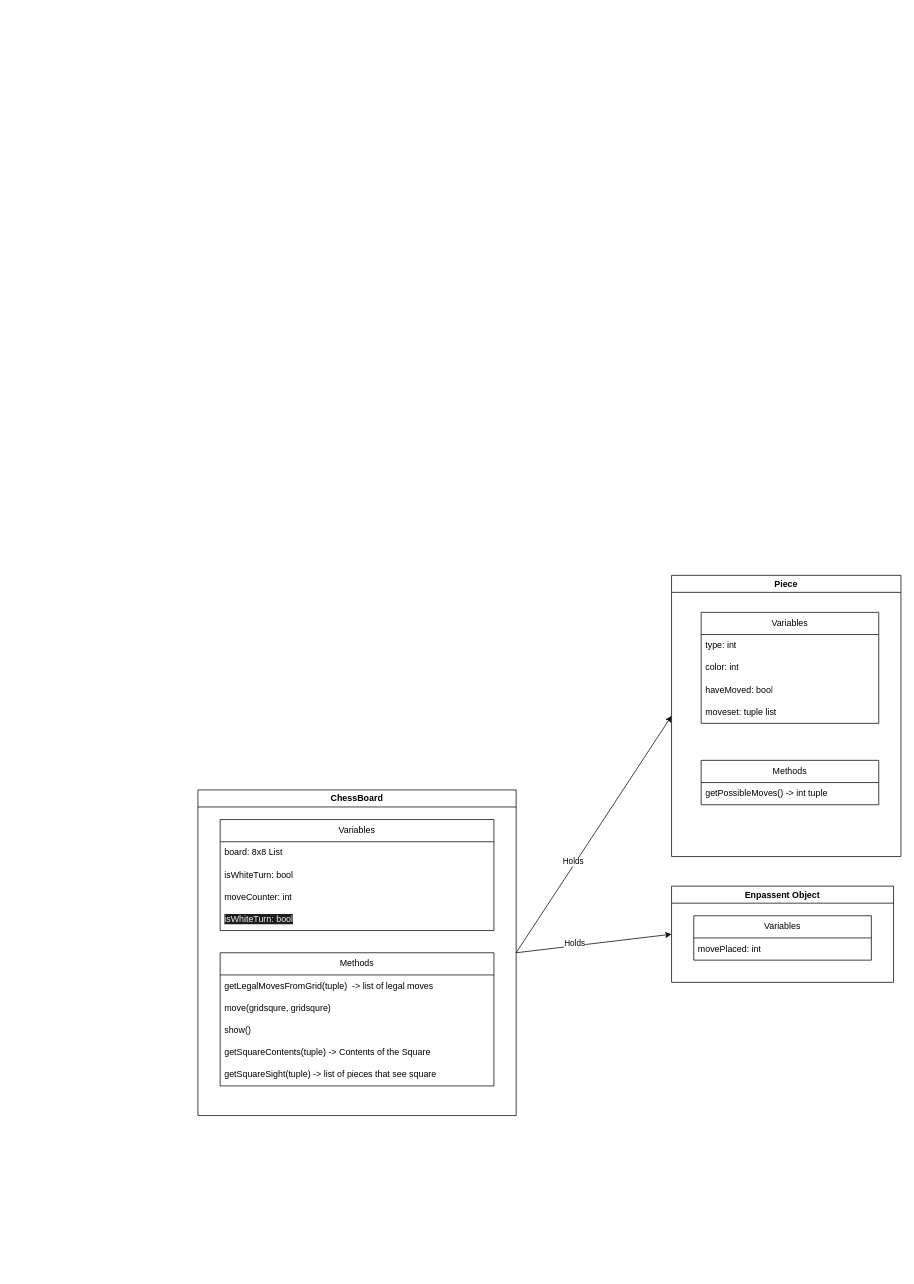
Earlier version of the draw.io diagram UML plans/ChessGame.drawio (KirilBourakov/PestoFish2). Source tidied: cells renumbered, new cells numbered last; positions are measured from the earlier drawing's top-left corner, leaving out a move shared by most shapes. Both pictures are drawn from the tidied source at 74%, with x=0, y=0 at pixel (198, 575).
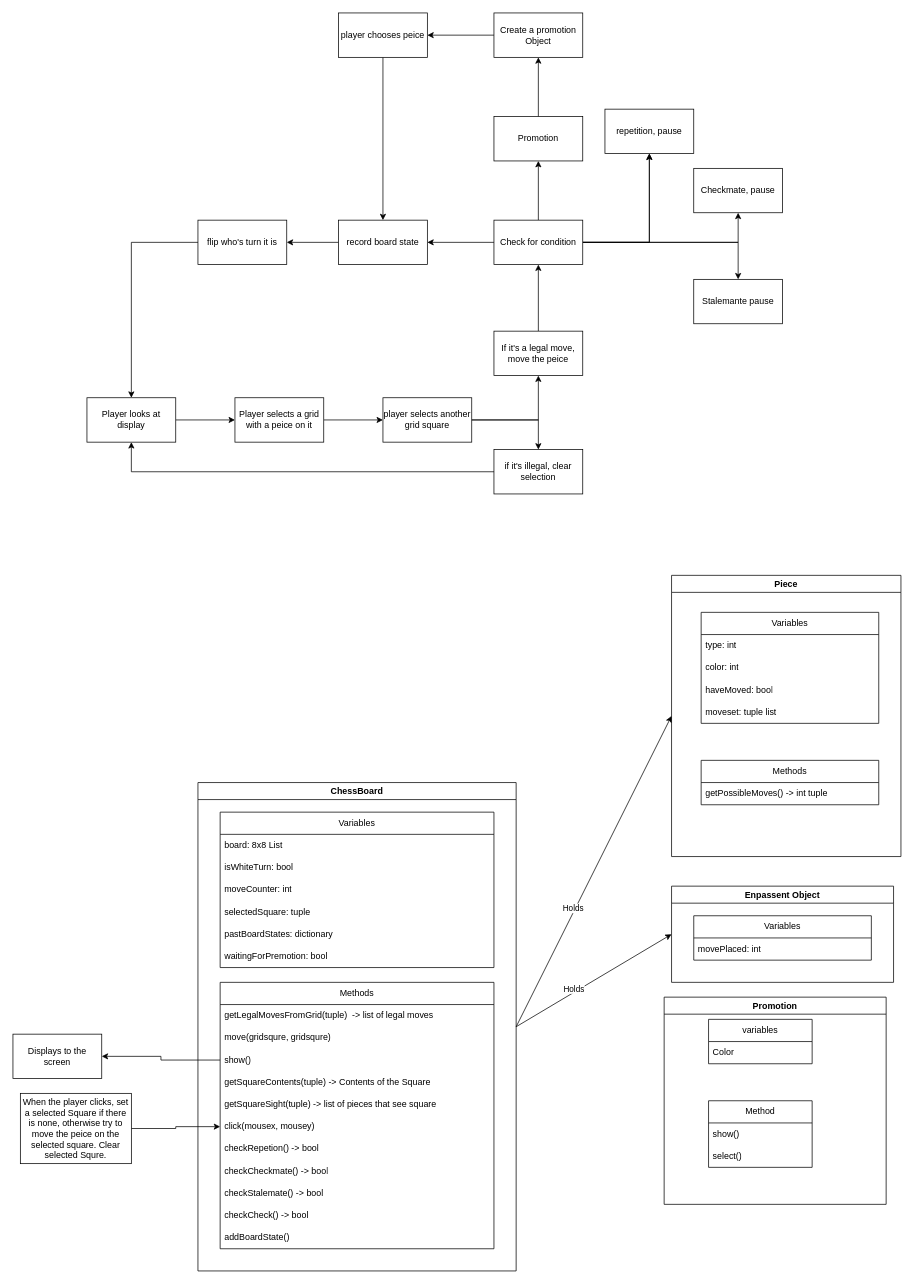
Above is the later version.

Commit message (it also covers changes not shown here):
updated chess board plans

Unchanged cells that the change refers to:
```xml
<mxCell id="11" value="show()" style="text;strokeColor=none;fillColor=none;align=left;verticalAlign=middle;spacingLeft=4;spacingRight=4;overflow=hidden;points=[[0,0.5],[1,0.5]];portConstraint=eastwest;whiteSpace=wrap;html=1;" parent="8" vertex="1">
  <mxGeometry y="90" width="370" height="30" as="geometry" />
</mxCell>
```

What changed in the source:
```diff
@@
     <mxCell id="2" value="ChessBoard" style="swimlane;whiteSpace=wrap;html=1;" parent="1" vertex="1">
-      <mxGeometry y="290" width="430" height="440" as="geometry" />
+      <mxGeometry y="280" width="430" height="660" as="geometry" />
     </mxCell>
     <mxCell id="3" value="Variables" style="swimlane;fontStyle=0;horizontal=1;startSize=30;whiteSpace=wrap;html=1;" parent="2" vertex="1">
-      <mxGeometry x="30" y="40" width="370" height="150" as="geometry" />
+      <mxGeometry x="30" y="40" width="370" height="210" as="geometry" />
     </mxCell>
@@
-    <mxCell id="7" value="&lt;span style=&quot;color: rgb(240, 240, 240); font-family: Helvetica; font-size: 12px; font-style: normal; font-variant-ligatures: normal; font-variant-caps: normal; font-weight: 400; letter-spacing: normal; orphans: 2; text-align: left; text-indent: 0px; text-transform: none; widows: 2; word-spacing: 0px; -webkit-text-stroke-width: 0px; white-space: normal; background-color: rgb(27, 29, 30); text-decoration-thickness: initial; text-decoration-style: initial; text-decoration-color: initial; display: inline !important; float: none;&quot;&gt;isWhiteTurn: bool&lt;/span&gt;" style="text;strokeColor=none;fillColor=none;align=left;verticalAlign=middle;spacingLeft=4;spacingRight=4;overflow=hidden;whiteSpace=wrap;html=1;" parent="3" vertex="1">
-      <mxGeometry y="120" width="370" height="30" as="geometry" />
-    </mxCell>
+    <mxCell id="29" value="selectedSquare: tuple" style="text;strokeColor=none;fillColor=none;align=left;verticalAlign=middle;spacingLeft=4;spacingRight=4;overflow=hidden;whiteSpace=wrap;html=1;" parent="3" vertex="1">
+      <mxGeometry y="120" width="370" height="30" as="geometry" />
+    </mxCell>
+    <mxCell id="30" value="pastBoardStates: dictionary" style="text;strokeColor=none;fillColor=none;align=left;verticalAlign=middle;spacingLeft=4;spacingRight=4;overflow=hidden;whiteSpace=wrap;html=1;" parent="3" vertex="1">
+      <mxGeometry y="150" width="370" height="30" as="geometry" />
+    </mxCell>
+    <mxCell id="31" value="waitingForPremotion: bool" style="text;strokeColor=none;fillColor=none;align=left;verticalAlign=middle;spacingLeft=4;spacingRight=4;overflow=hidden;whiteSpace=wrap;html=1;" parent="3" vertex="1">
+      <mxGeometry y="180" width="370" height="30" as="geometry" />
+    </mxCell>
     <mxCell id="8" value="Methods" style="swimlane;fontStyle=0;horizontal=1;startSize=30;whiteSpace=wrap;html=1;" parent="2" vertex="1">
-      <mxGeometry x="30" y="220" width="370" height="180" as="geometry" />
+      <mxGeometry x="30" y="270" width="370" height="360" as="geometry" />
     </mxCell>
-    <mxCell id="9" value="&lt;span style=&quot;text-align: center;&quot;&gt;getLegalMovesFromGrid(&lt;/span&gt;tuple&lt;span style=&quot;text-align: center;&quot;&gt;)&amp;nbsp; -&amp;gt; list of legal moves&lt;/span&gt;" style="text;strokeColor=none;fillColor=none;align=left;verticalAlign=middle;spacingLeft=4;spacingRight=4;overflow=hidden;whiteSpace=wrap;html=1;" parent="8" vertex="1">
+    <mxCell id="9" value="&lt;span style=&quot;text-align: center;&quot;&gt;getLegalMovesFromGrid(&lt;/span&gt;tuple&lt;span style=&quot;text-align: center;&quot;&gt;)&amp;nbsp; -&amp;gt; list of legal moves&lt;br&gt;&lt;/span&gt;" style="text;strokeColor=none;fillColor=none;align=left;verticalAlign=middle;spacingLeft=4;spacingRight=4;overflow=hidden;whiteSpace=wrap;html=1;" parent="8" vertex="1">
       <mxGeometry y="30" width="370" height="30" as="geometry" />
     </mxCell>
@@
+    <mxCell id="32" value="click(mousex, mousey)" style="text;strokeColor=none;fillColor=none;align=left;verticalAlign=middle;spacingLeft=4;spacingRight=4;overflow=hidden;points=[[0,0.5],[1,0.5]];portConstraint=eastwest;whiteSpace=wrap;html=1;" parent="8" vertex="1">
+      <mxGeometry y="180" width="370" height="30" as="geometry" />
+    </mxCell>
+    <mxCell id="33" value="checkRepetion() -&amp;gt; bool" style="text;strokeColor=none;fillColor=none;align=left;verticalAlign=middle;spacingLeft=4;spacingRight=4;overflow=hidden;whiteSpace=wrap;html=1;" parent="8" vertex="1">
+      <mxGeometry y="210" width="370" height="30" as="geometry" />
+    </mxCell>
+    <mxCell id="34" value="checkCheckmate() -&amp;gt; bool" style="text;strokeColor=none;fillColor=none;align=left;verticalAlign=middle;spacingLeft=4;spacingRight=4;overflow=hidden;whiteSpace=wrap;html=1;" parent="8" vertex="1">
+      <mxGeometry y="240" width="370" height="30" as="geometry" />
+    </mxCell>
+    <mxCell id="35" value="checkStalemate() -&amp;gt; bool" style="text;strokeColor=none;fillColor=none;align=left;verticalAlign=middle;spacingLeft=4;spacingRight=4;overflow=hidden;whiteSpace=wrap;html=1;" parent="8" vertex="1">
+      <mxGeometry y="270" width="370" height="30" as="geometry" />
+    </mxCell>
+    <mxCell id="36" value="checkCheck() -&amp;gt; bool" style="text;strokeColor=none;fillColor=none;align=left;verticalAlign=middle;spacingLeft=4;spacingRight=4;overflow=hidden;whiteSpace=wrap;html=1;" parent="8" vertex="1">
+      <mxGeometry y="300" width="370" height="30" as="geometry" />
+    </mxCell>
+    <mxCell id="37" value="addBoardState()" style="text;strokeColor=none;fillColor=none;align=left;verticalAlign=middle;spacingLeft=4;spacingRight=4;overflow=hidden;whiteSpace=wrap;html=1;" parent="8" vertex="1">
+      <mxGeometry y="330" width="370" height="30" as="geometry" />
+    </mxCell>
@@
+    <mxCell id="38" style="edgeStyle=orthogonalEdgeStyle;rounded=0;jettySize=auto;html=1;entryX=0;entryY=0.5;entryDx=0;entryDy=0;startArrow=classic;startFill=1;endArrow=none;endFill=0;" parent="1" edge="1" source="39" target="11">
+      <mxGeometry relative="1" as="geometry" />
+    </mxCell>
+    <mxCell id="39" value="Displays to the screen" style="rounded=0;whiteSpace=wrap;html=1;" parent="1" vertex="1">
+      <mxGeometry x="-250" y="620" width="120" height="60" as="geometry" />
+    </mxCell>
+    <mxCell id="40" style="edgeStyle=orthogonalEdgeStyle;rounded=0;jettySize=auto;html=1;" parent="1" edge="1" source="41" target="32">
+      <mxGeometry relative="1" as="geometry" />
+    </mxCell>
+    <mxCell id="41" value="When the player clicks, set a selected Square if there is none, otherwise try to move the peice on the selected square. Clear selected Squre." style="rounded=0;whiteSpace=wrap;html=1;" parent="1" vertex="1">
+      <mxGeometry x="-240" y="700" width="150" height="95" as="geometry" />
+    </mxCell>
+    <mxCell id="42" value="Promotion" style="swimlane;whiteSpace=wrap;html=1;" parent="1" vertex="1">
+      <mxGeometry x="630" y="570" width="300" height="280" as="geometry" />
+    </mxCell>
+    <mxCell id="43" value="Method" style="swimlane;fontStyle=0;horizontal=1;startSize=30;whiteSpace=wrap;html=1;" parent="42" vertex="1">
+      <mxGeometry x="60" y="140" width="140" height="90" as="geometry" />
+    </mxCell>
+    <mxCell id="44" value="show()" style="text;strokeColor=none;fillColor=none;align=left;verticalAlign=middle;spacingLeft=4;spacingRight=4;overflow=hidden;whiteSpace=wrap;html=1;" parent="43" vertex="1">
+      <mxGeometry y="30" width="140" height="30" as="geometry" />
+    </mxCell>
+    <mxCell id="45" value="select()" style="text;strokeColor=none;fillColor=none;align=left;verticalAlign=middle;spacingLeft=4;spacingRight=4;overflow=hidden;whiteSpace=wrap;html=1;" parent="43" vertex="1">
+      <mxGeometry y="60" width="140" height="30" as="geometry" />
+    </mxCell>
+    <mxCell id="46" value="variables" style="swimlane;fontStyle=0;horizontal=1;startSize=30;whiteSpace=wrap;html=1;" parent="42" vertex="1">
+      <mxGeometry x="60" y="30" width="140" height="60" as="geometry" />
+    </mxCell>
+    <mxCell id="47" value="Color" style="text;strokeColor=none;fillColor=none;align=left;verticalAlign=middle;spacingLeft=4;spacingRight=4;overflow=hidden;whiteSpace=wrap;html=1;" parent="46" vertex="1">
+      <mxGeometry y="30" width="140" height="30" as="geometry" />
+    </mxCell>
+    <mxCell id="48" style="edgeStyle=orthogonalEdgeStyle;rounded=0;jettySize=auto;html=1;" parent="1" edge="1" source="49" target="51">
+      <mxGeometry relative="1" as="geometry" />
+    </mxCell>
+    <mxCell id="49" value="Player looks at display" style="rounded=0;whiteSpace=wrap;html=1;" parent="1" vertex="1">
+      <mxGeometry x="-150" y="-240" width="120" height="60" as="geometry" />
+    </mxCell>
+    <mxCell id="50" style="edgeStyle=orthogonalEdgeStyle;rounded=0;jettySize=auto;html=1;" parent="1" edge="1" source="51" target="53">
+      <mxGeometry relative="1" as="geometry" />
+    </mxCell>
+    <mxCell id="51" value="Player selects a grid with a peice on it" style="whiteSpace=wrap;html=1;rounded=0;" parent="1" vertex="1">
+      <mxGeometry x="50" y="-240" width="120" height="60" as="geometry" />
+    </mxCell>
+    <mxCell id="52" style="edgeStyle=orthogonalEdgeStyle;rounded=0;jettySize=auto;html=1;entryX=0.5;entryY=0;entryDx=0;entryDy=0;" parent="1" edge="1" source="53" target="56">
+      <mxGeometry relative="1" as="geometry" />
+    </mxCell>
+    <mxCell id="53" value="player selects another grid square" style="whiteSpace=wrap;html=1;rounded=0;" parent="1" vertex="1">
+      <mxGeometry x="250" y="-240" width="120" height="60" as="geometry" />
+    </mxCell>
+    <mxCell id="54" style="edgeStyle=orthogonalEdgeStyle;rounded=0;jettySize=auto;html=1;" parent="1" edge="1" source="55" target="65">
+      <mxGeometry relative="1" as="geometry" />
+    </mxCell>
+    <mxCell id="55" value="If it's a legal move, move the peice" style="whiteSpace=wrap;html=1;rounded=0;" parent="1" vertex="1">
+      <mxGeometry x="400" y="-330" width="120" height="60" as="geometry" />
+    </mxCell>
+    <mxCell id="56" value="if it's illegal, clear selection" style="rounded=0;whiteSpace=wrap;html=1;" parent="1" vertex="1">
+      <mxGeometry x="400" y="-170" width="120" height="60" as="geometry" />
+    </mxCell>
+    <mxCell id="57" style="endArrow=classic;html=1;rounded=0;exitX=1;exitY=0.5;exitDx=0;exitDy=0;entryX=0.5;entryY=1;entryDx=0;entryDy=0;" parent="1" edge="1" source="53" target="55">
+      <mxGeometry relative="1" as="geometry">
+        <Array as="points">
+          <mxPoint x="460" y="-210" />
+        </Array>
+      </mxGeometry>
+    </mxCell>
+    <mxCell id="58" style="endArrow=classic;html=1;rounded=0;exitX=0;exitY=0.5;exitDx=0;exitDy=0;entryX=0.5;entryY=1;entryDx=0;entryDy=0;" parent="1" edge="1" source="56" target="49">
+      <mxGeometry relative="1" as="geometry">
+        <Array as="points">
+          <mxPoint x="-90" y="-140" />
+        </Array>
+      </mxGeometry>
+    </mxCell>
+    <mxCell id="59" style="edgeStyle=orthogonalEdgeStyle;rounded=0;jettySize=auto;html=1;entryX=1;entryY=0.5;entryDx=0;entryDy=0;" parent="1" edge="1" source="65" target="71">
+      <mxGeometry relative="1" as="geometry" />
+    </mxCell>
+    <mxCell id="60" style="edgeStyle=orthogonalEdgeStyle;rounded=0;jettySize=auto;html=1;" parent="1" edge="1" source="65" target="68">
+      <mxGeometry relative="1" as="geometry" />
+    </mxCell>
+    <mxCell id="61" style="edgeStyle=orthogonalEdgeStyle;rounded=0;jettySize=auto;html=1;" parent="1" edge="1" source="65" target="69">
+      <mxGeometry relative="1" as="geometry" />
+    </mxCell>
+    <mxCell id="62" style="edgeStyle=orthogonalEdgeStyle;rounded=0;jettySize=auto;html=1;" parent="1" edge="1" source="65" target="72">
+      <mxGeometry relative="1" as="geometry" />
+    </mxCell>
+    <mxCell id="63" style="edgeStyle=orthogonalEdgeStyle;rounded=0;jettySize=auto;html=1;" parent="1" edge="1" source="65" target="72">
+      <mxGeometry relative="1" as="geometry" />
+    </mxCell>
+    <mxCell id="64" style="edgeStyle=orthogonalEdgeStyle;rounded=0;jettySize=auto;html=1;" parent="1" edge="1" source="65" target="74">
+      <mxGeometry relative="1" as="geometry" />
+    </mxCell>
+    <mxCell id="65" value="Check for condition" style="whiteSpace=wrap;html=1;rounded=0;" parent="1" vertex="1">
+      <mxGeometry x="400" y="-480" width="120" height="60" as="geometry" />
+    </mxCell>
+    <mxCell id="66" value="flip who's turn it is" style="whiteSpace=wrap;html=1;rounded=0;" parent="1" vertex="1">
+      <mxGeometry y="-480" width="120" height="60" as="geometry" />
+    </mxCell>
+    <mxCell id="67" style="endArrow=classic;html=1;rounded=0;exitX=0;exitY=0.5;exitDx=0;exitDy=0;entryX=0.5;entryY=0;entryDx=0;entryDy=0;" parent="1" edge="1" source="66" target="49">
+      <mxGeometry relative="1" as="geometry">
+        <Array as="points">
+          <mxPoint x="-90" y="-450" />
+        </Array>
+      </mxGeometry>
+    </mxCell>
+    <mxCell id="68" value="Checkmate, pause" style="whiteSpace=wrap;html=1;rounded=0;" parent="1" vertex="1">
+      <mxGeometry x="670" y="-550" width="120" height="60" as="geometry" />
+    </mxCell>
+    <mxCell id="69" value="Stalemante pause" style="whiteSpace=wrap;html=1;rounded=0;" parent="1" vertex="1">
+      <mxGeometry x="670" y="-400" width="120" height="60" as="geometry" />
+    </mxCell>
+    <mxCell id="70" style="edgeStyle=orthogonalEdgeStyle;rounded=0;jettySize=auto;html=1;" parent="1" edge="1" source="71" target="66">
+      <mxGeometry relative="1" as="geometry" />
+    </mxCell>
+    <mxCell id="71" value="record board state" style="whiteSpace=wrap;html=1;rounded=0;" parent="1" vertex="1">
+      <mxGeometry x="190" y="-480" width="120" height="60" as="geometry" />
+    </mxCell>
+    <mxCell id="72" value="repetition, pause" style="whiteSpace=wrap;html=1;rounded=0;" parent="1" vertex="1">
+      <mxGeometry x="550" y="-630" width="120" height="60" as="geometry" />
+    </mxCell>
+    <mxCell id="73" style="edgeStyle=orthogonalEdgeStyle;rounded=0;jettySize=auto;html=1;" parent="1" edge="1" source="74" target="76">
+      <mxGeometry relative="1" as="geometry" />
+    </mxCell>
+    <mxCell id="74" value="Promotion" style="whiteSpace=wrap;html=1;rounded=0;" parent="1" vertex="1">
+      <mxGeometry x="400" y="-620" width="120" height="60" as="geometry" />
+    </mxCell>
+    <mxCell id="75" style="edgeStyle=orthogonalEdgeStyle;rounded=0;jettySize=auto;html=1;" parent="1" edge="1" source="76" target="78">
+      <mxGeometry relative="1" as="geometry" />
+    </mxCell>
+    <mxCell id="76" value="Create a promotion Object" style="whiteSpace=wrap;html=1;rounded=0;" parent="1" vertex="1">
+      <mxGeometry x="400" y="-760" width="120" height="60" as="geometry" />
+    </mxCell>
+    <mxCell id="77" style="edgeStyle=orthogonalEdgeStyle;rounded=0;jettySize=auto;html=1;entryX=0.5;entryY=0;entryDx=0;entryDy=0;" parent="1" edge="1" source="78" target="71">
+      <mxGeometry relative="1" as="geometry" />
+    </mxCell>
+    <mxCell id="78" value="player chooses peice" style="whiteSpace=wrap;html=1;rounded=0;" parent="1" vertex="1">
+      <mxGeometry x="190" y="-760" width="120" height="60" as="geometry" />
+    </mxCell>
```
